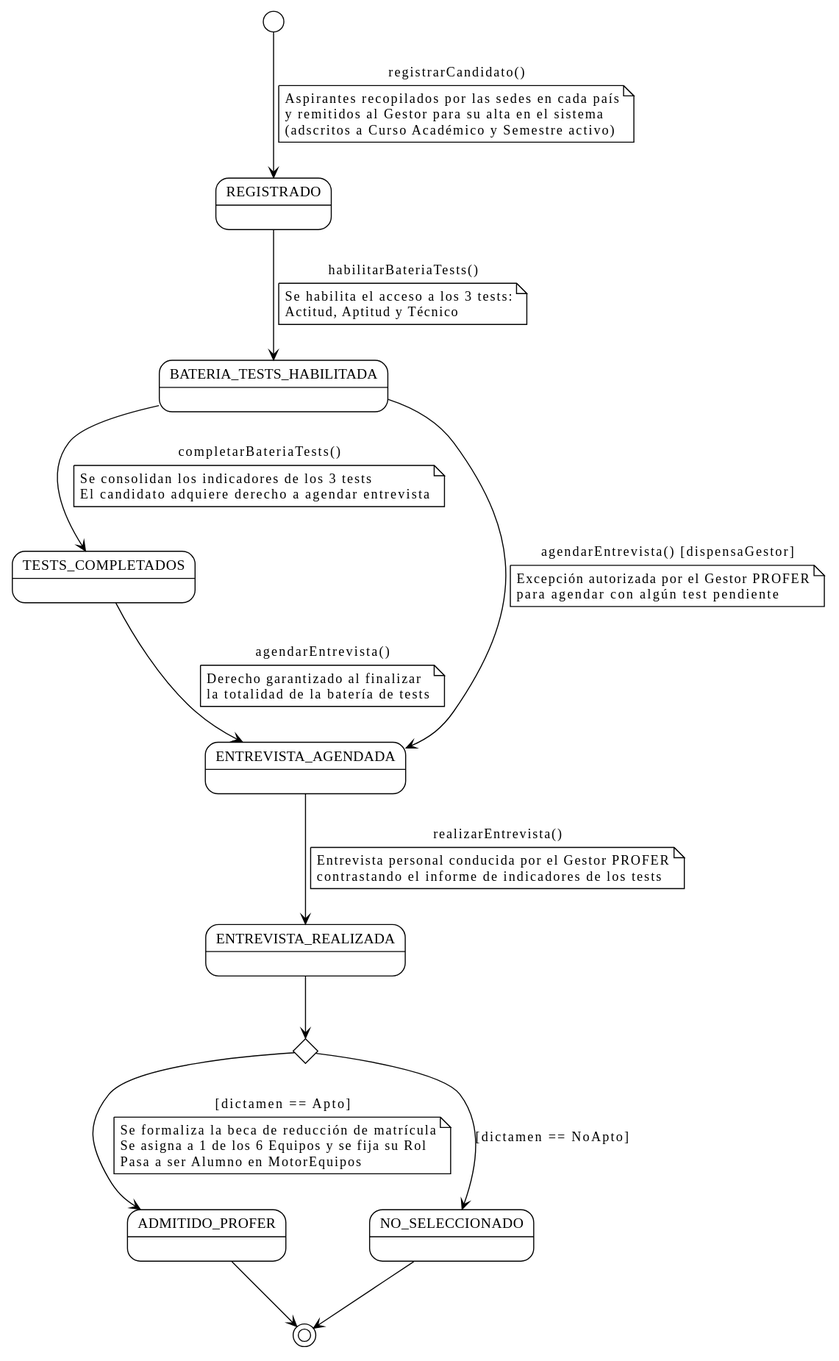
The PlantUML diagram images/RUP/00-modelo-del-dominio/estados-entidades/candidatura-estados.svg in TheMoys/CTS-Academy, before a commit.
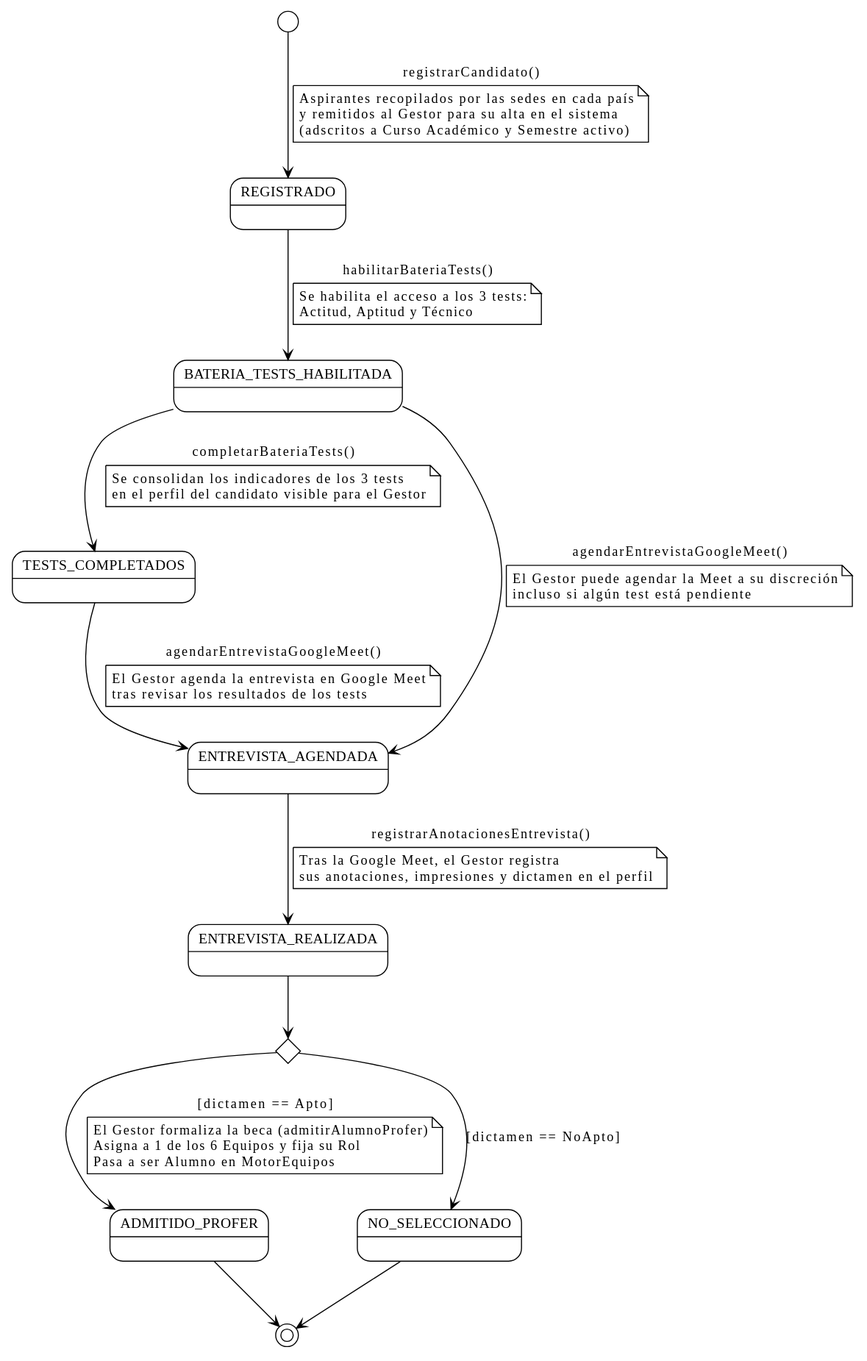
After the commit.

Change to the diagram source:
```diff
@@ -22,25 +22,25 @@
 BATERIA_TESTS_HABILITADA --> TESTS_COMPLETADOS : completarBateriaTests()
 note on link
   Se consolidan los indicadores de los 3 tests
-  El candidato adquiere derecho a agendar entrevista
+  en el perfil del candidato visible para el Gestor
 end note
 
-TESTS_COMPLETADOS --> ENTREVISTA_AGENDADA : agendarEntrevista()
+TESTS_COMPLETADOS --> ENTREVISTA_AGENDADA : agendarEntrevistaGoogleMeet()
 note on link
-  Derecho garantizado al finalizar
-  la totalidad de la batería de tests
+  El Gestor agenda la entrevista en Google Meet
+  tras revisar los resultados de los tests
 end note
 
-BATERIA_TESTS_HABILITADA --> ENTREVISTA_AGENDADA : agendarEntrevista() [dispensaGestor]
+BATERIA_TESTS_HABILITADA --> ENTREVISTA_AGENDADA : agendarEntrevistaGoogleMeet()
 note on link
-  Excepción autorizada por el Gestor PROFER
-  para agendar con algún test pendiente
+  El Gestor puede agendar la Meet a su discreción
+  incluso si algún test está pendiente
 end note
 
-ENTREVISTA_AGENDADA --> ENTREVISTA_REALIZADA : realizarEntrevista()
+ENTREVISTA_AGENDADA --> ENTREVISTA_REALIZADA : registrarAnotacionesEntrevista()
 note on link
-  Entrevista personal conducida por el Gestor PROFER
-  contrastando el informe de indicadores de los tests
+  Tras la Google Meet, el Gestor registra
+  sus anotaciones, impresiones y dictamen en el perfil
 end note
 
 state c_dictamen <<choice>>
@@ -48,8 +48,8 @@
 
 c_dictamen --> ADMITIDO_PROFER : [dictamen == Apto]
 note on link
-  Se formaliza la beca de reducción de matrícula
-  Se asigna a 1 de los 6 Equipos y se fija su Rol
+  El Gestor formaliza la beca (admitirAlumnoProfer)
+  Asigna a 1 de los 6 Equipos y fija su Rol
   Pasa a ser Alumno en MotorEquipos
 end note
 
```
